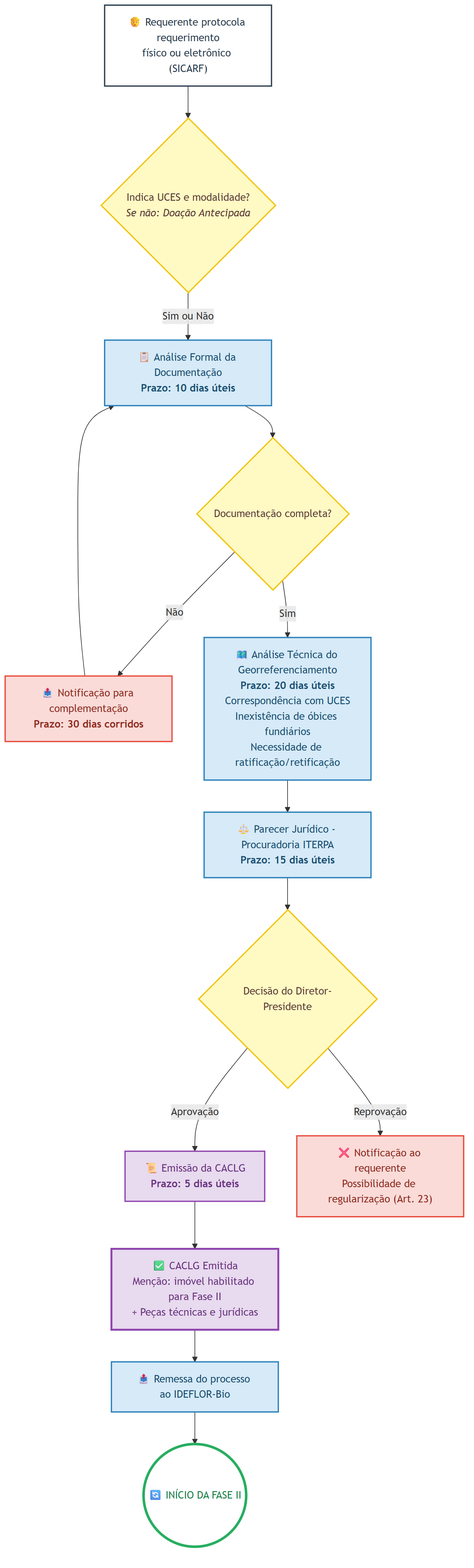
NGEO-IDEFLOR-Bio/certFundiaria-uces-pa keeps this Mermaid diagram as docs/03-fluxos/imagens/02-fase-i.png. Above is the earlier version. Its source is kept beside it as docs/03-fluxos/imagens/02-fase-i.mmd.
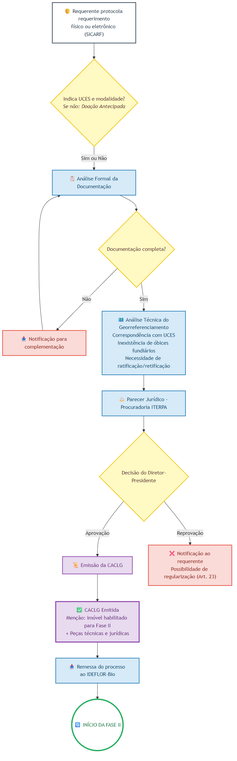
Later version of the same file.

Change to the diagram source:
```diff
@@ -8,20 +8,20 @@
     REQ["🧑 Requerente protocola requerimento<br/>físico ou eletrônico (SICARF)"]:::inicio
     --> MOD{"Indica UCES e modalidade?<br/><i>Se não: Doação Antecipada</i>"}:::decisao
 
-    MOD --> |Sim ou Não| AF["📋 Análise Formal da Documentação<br/><b>Prazo: 10 dias úteis</b>"]:::iterpa
+    MOD --> |Sim ou Não| AF["📋 Análise Formal da Documentação"]:::iterpa
 
     AF --> DOCOK{"Documentação completa?"}:::decisao
 
-    DOCOK --> |Não| COMP["📤 Notificação para complementação<br/><b>Prazo: 30 dias corridos</b>"]:::rejeicao
+    DOCOK --> |Não| COMP["📤 Notificação para complementação"]:::rejeicao
     COMP --> AF
 
-    DOCOK --> |Sim| GEO["🗺️ Análise Técnica do Georreferenciamento<br/><b>Prazo: 20 dias úteis</b><br/>Correspondência com UCES<br/>Inexistência de óbices fundiários<br/>Necessidade de ratificação/retificação"]:::iterpa
+    DOCOK --> |Sim| GEO["🗺️ Análise Técnica do Georreferenciamento<br/>Correspondência com UCES<br/>Inexistência de óbices fundiários<br/>Necessidade de ratificação/retificação"]:::iterpa
 
-    GEO --> PJ["⚖️ Parecer Jurídico - Procuradoria ITERPA<br/><b>Prazo: 15 dias úteis</b>"]:::iterpa
+    GEO --> PJ["⚖️ Parecer Jurídico - Procuradoria ITERPA"]:::iterpa
 
     PJ --> DP{"Decisão do Diretor-Presidente"}:::decisao
 
-    DP --> |Aprovação| EMIT["📜 Emissão da CACLG<br/><b>Prazo: 5 dias úteis</b>"]:::documento
+    DP --> |Aprovação| EMIT["📜 Emissão da CACLG"]:::documento
     DP --> |Reprovação| NAO["❌ Notificação ao requerente<br/>Possibilidade de regularização (Art. 23)"]:::rejeicao
 
     EMIT --> CACLG["✅ CACLG Emitida<br/>Menção: imóvel habilitado para Fase II<br/>+ Peças técnicas e jurídicas"]:::documento
```
